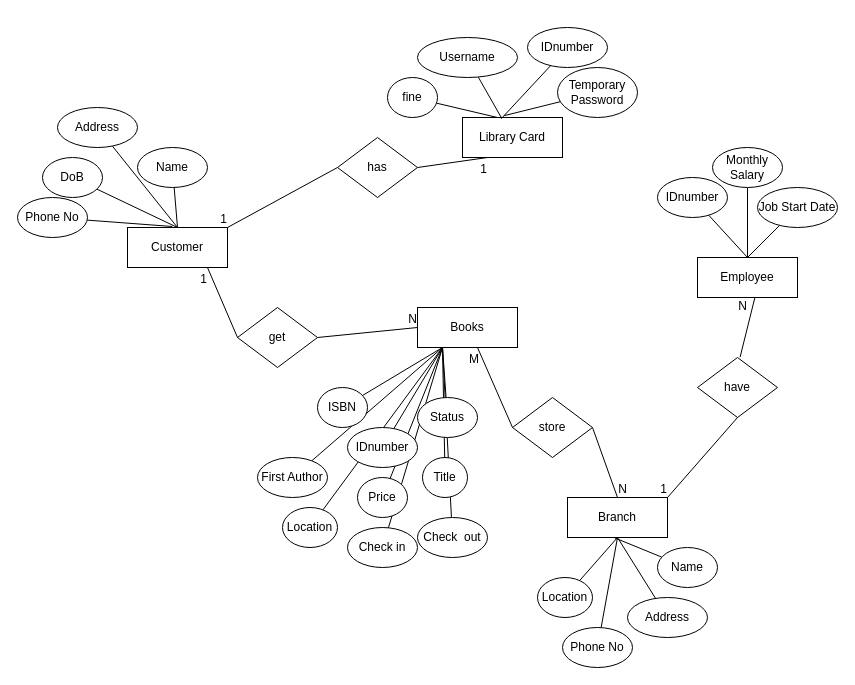
Earlier version of the draw.io diagram Untitled Diagram.drawio (ImaDeSara/ImaDeSara). Source tidied: cells renumbered, new cells numbered last; positions are measured from the earlier drawing's top-left corner, leaving out a move shared by most shapes. Both pictures are drawn from the tidied source at 100%, with x=0, y=0 at pixel (17, 27).
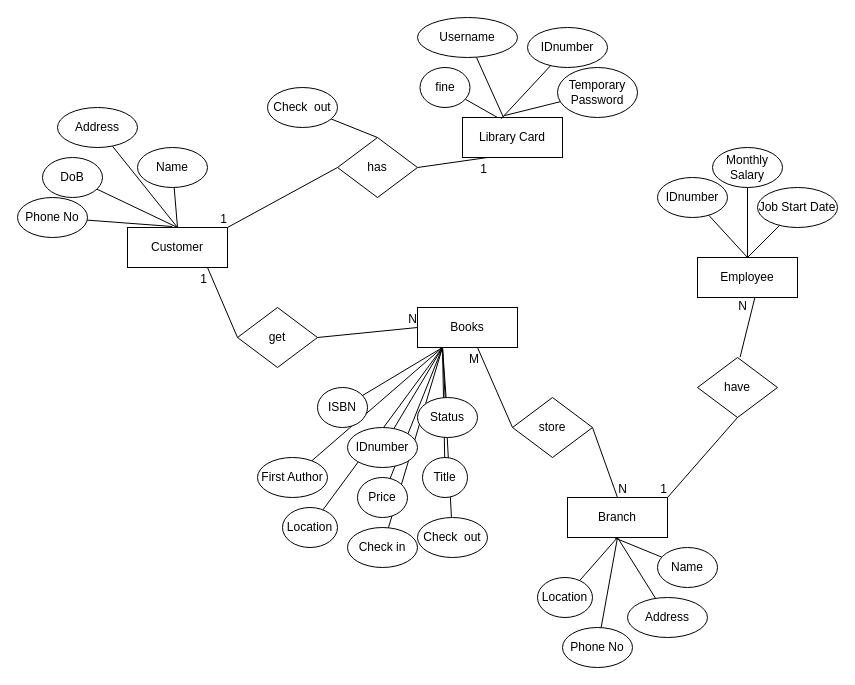
After the change.

The change refers to these unchanged cells:
```xml
<mxCell id="8" value="has" style="shape=rhombus;perimeter=rhombusPerimeter;whiteSpace=wrap;html=1;align=center;" parent="1" vertex="1">
  <mxGeometry x="320" y="110" width="80" height="60" as="geometry" />
</mxCell>
```

The edit, as a diff of the source:
```diff
@@
     <mxCell id="28" value="Username" style="ellipse;whiteSpace=wrap;html=1;align=center;" parent="1" vertex="1">
-      <mxGeometry x="400" y="10" width="100" height="40" as="geometry" />
+      <mxGeometry x="400" y="-10" width="100" height="40" as="geometry" />
     </mxCell>
@@
     <mxCell id="34" value="fine" style="ellipse;whiteSpace=wrap;html=1;align=center;" parent="1" vertex="1">
-      <mxGeometry x="370" y="50" width="50" height="40" as="geometry" />
+      <mxGeometry x="402.5" y="40" width="50" height="40" as="geometry" />
     </mxCell>
@@
+    <mxCell id="75" style="edgeStyle=none;rounded=0;jettySize=auto;html=1;entryX=0.5;entryY=0;entryDx=0;entryDy=0;endArrow=none;endFill=0;" parent="1" edge="1" source="76" target="8">
+      <mxGeometry relative="1" as="geometry" />
+    </mxCell>
+    <mxCell id="76" value="Check&amp;nbsp; out" style="ellipse;whiteSpace=wrap;html=1;align=center;" parent="1" vertex="1">
+      <mxGeometry x="250" y="60" width="70" height="40" as="geometry" />
+    </mxCell>
```
